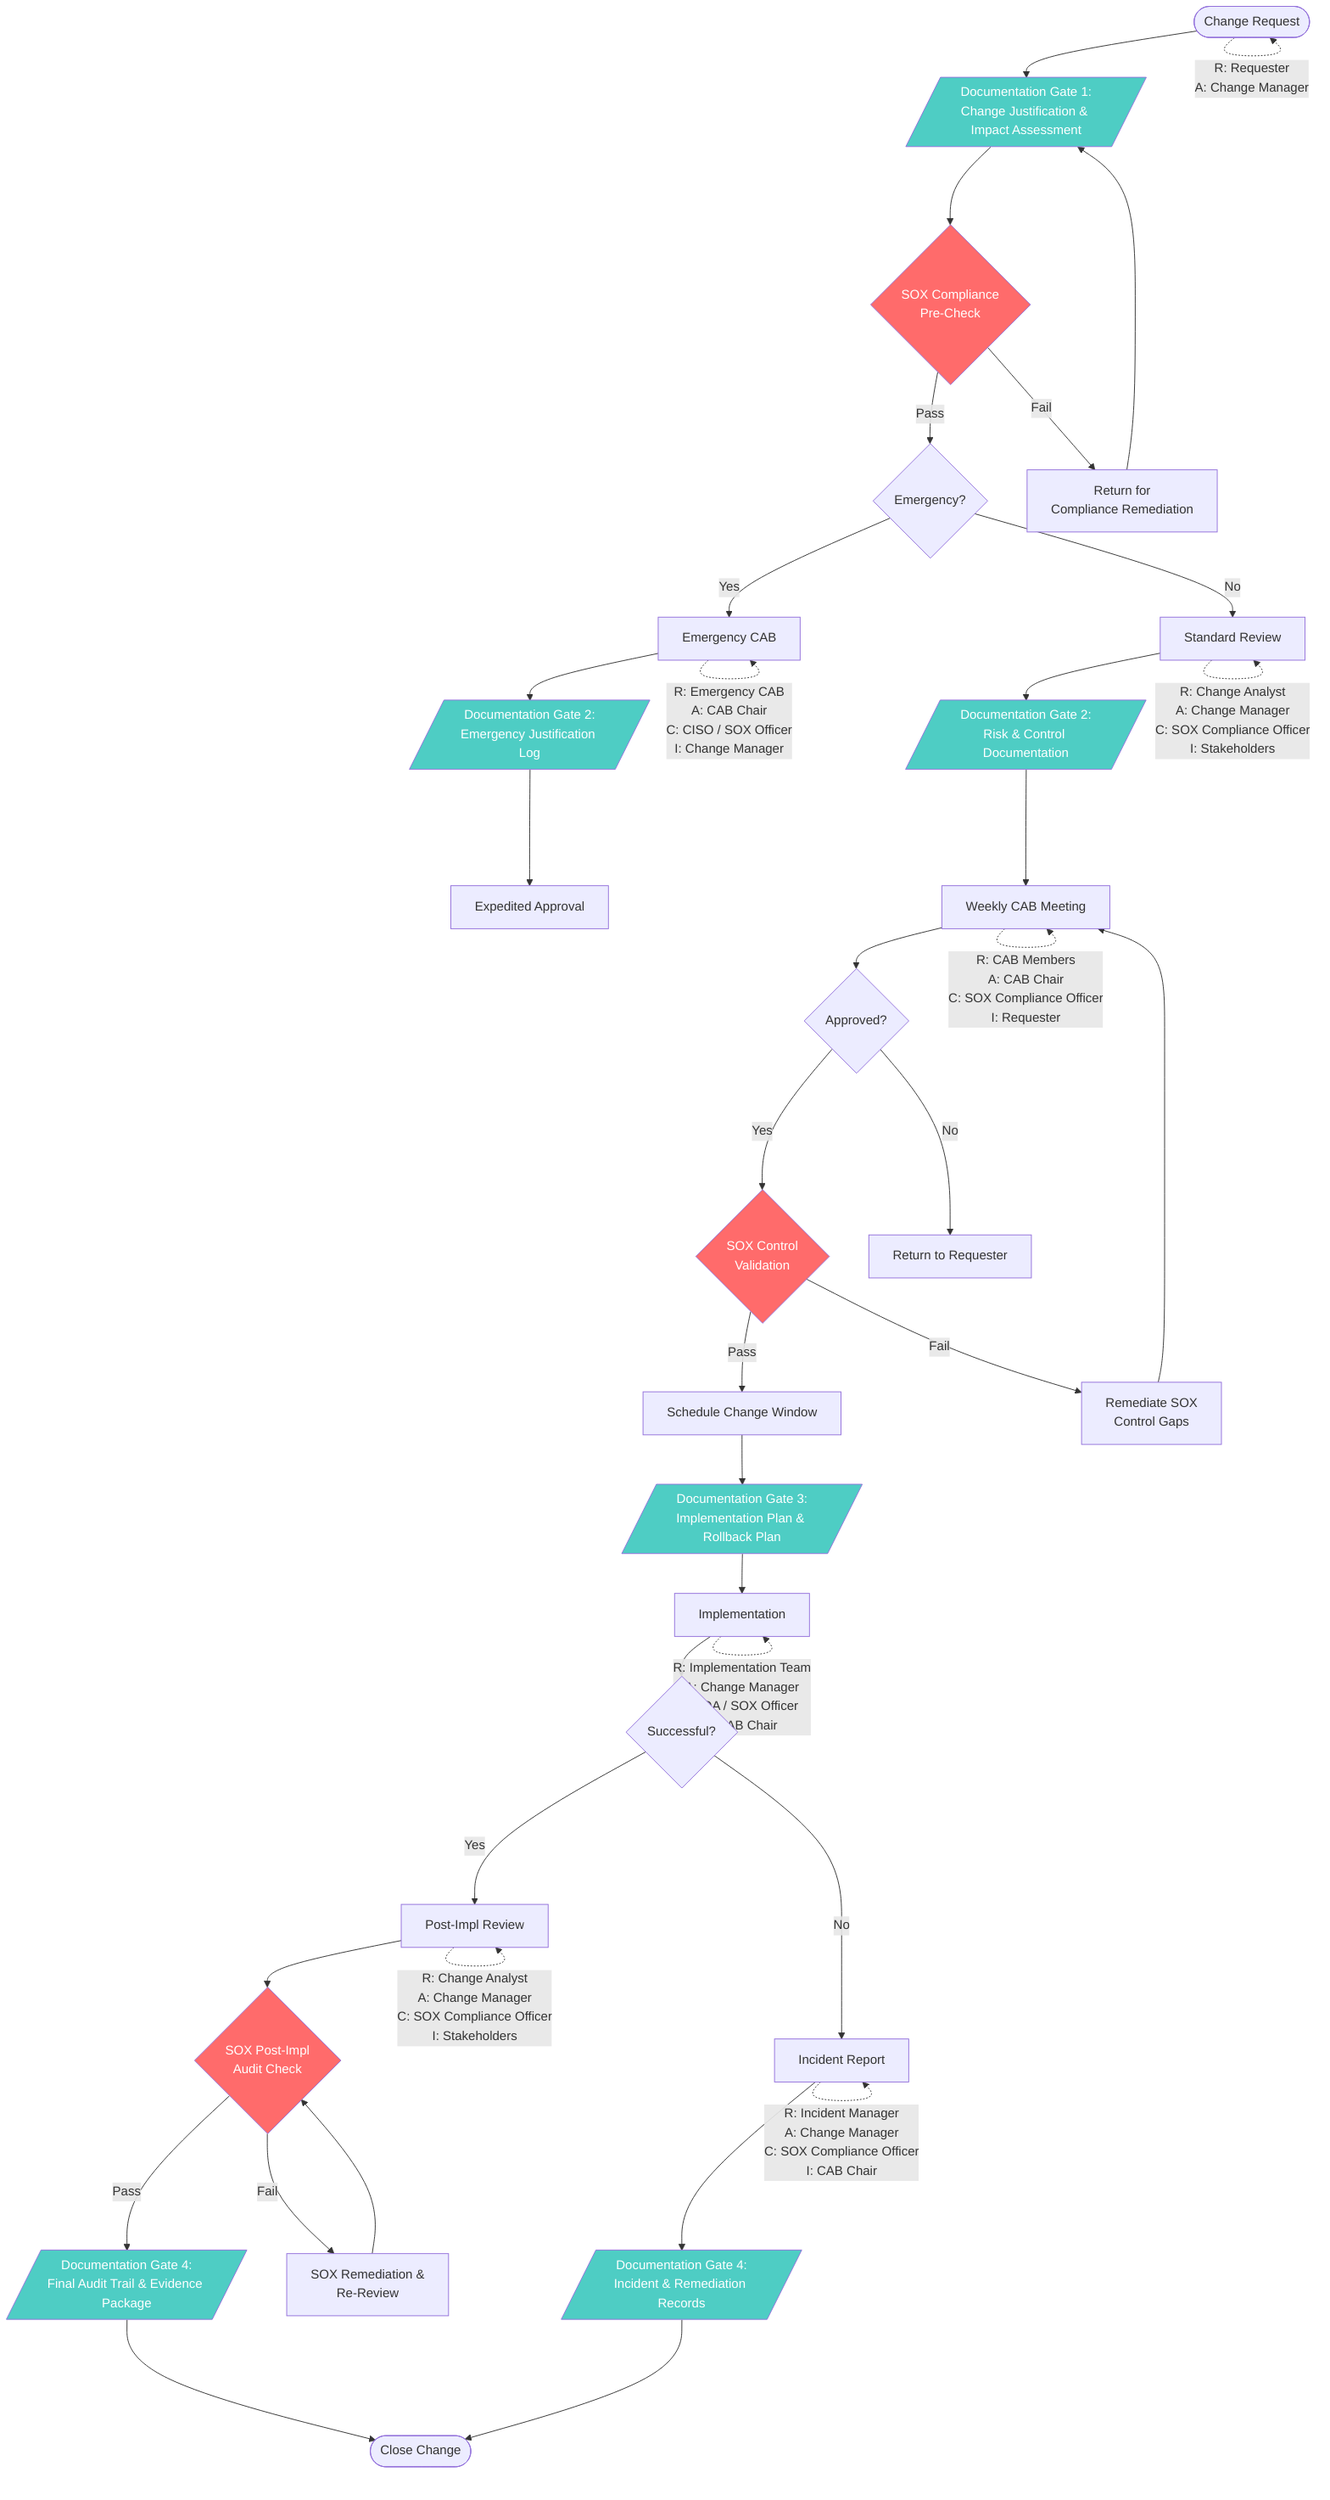
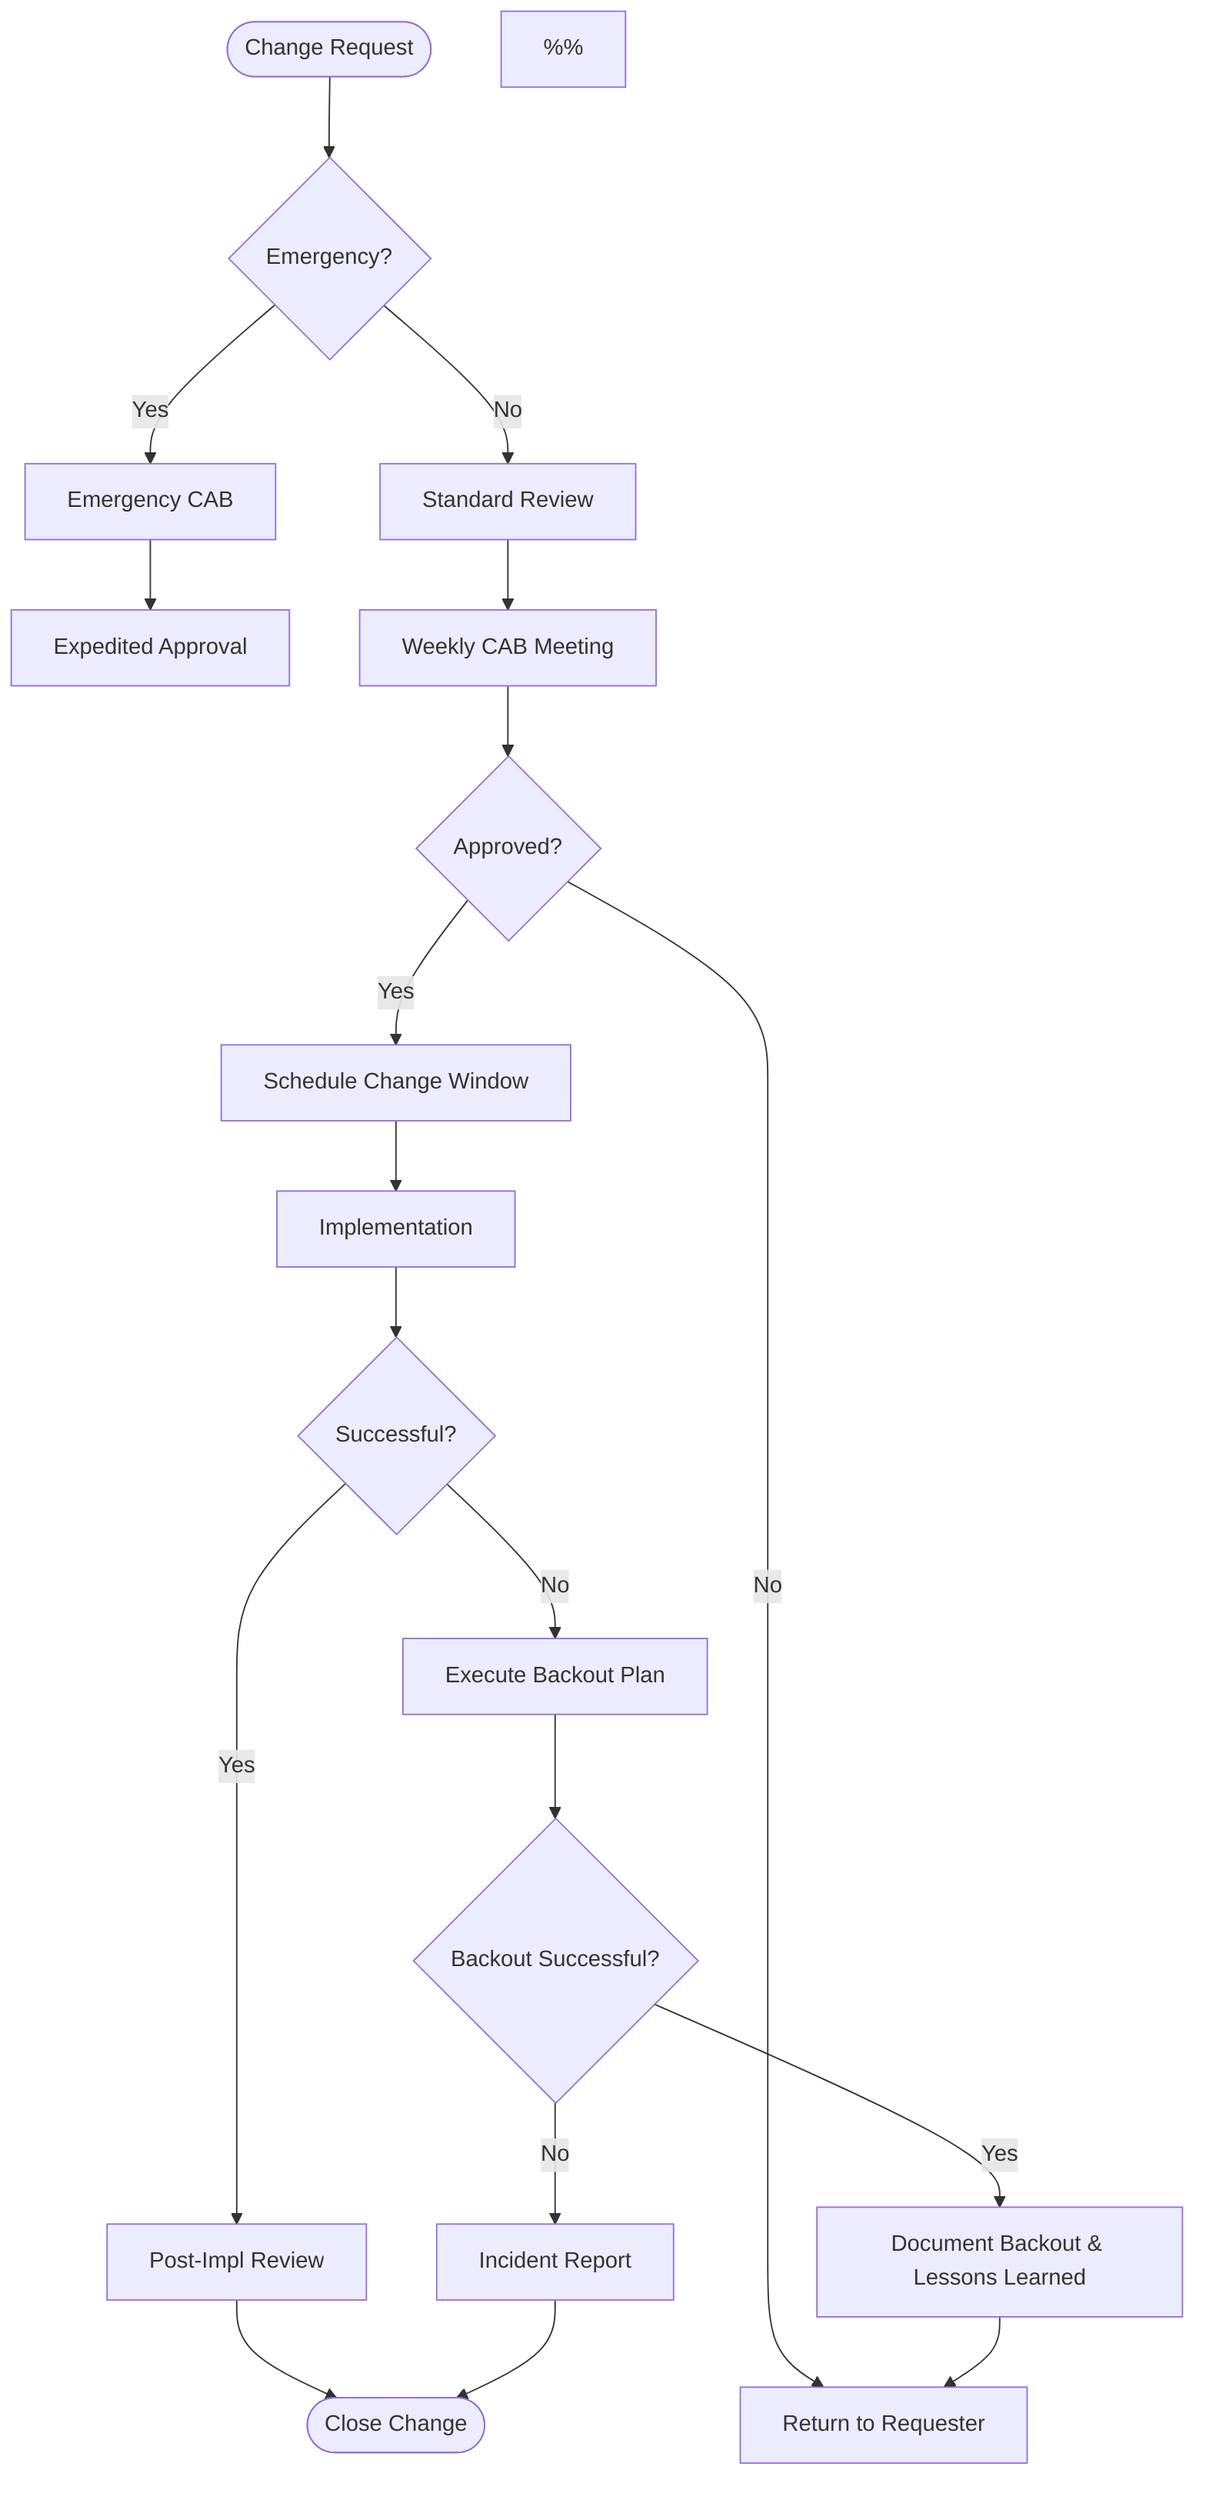
flowchart TD
-     A([Change Request]) --> A1[/Documentation Gate 1:\nChange Justification & Impact Assessment/]
-     %% ⚡ CHANGED SECTION - Added initial documentation gate
-     A1 --> A2{SOX Compliance\nPre-Check}
-     %% ⚡ CHANGED SECTION - Added SOX pre-check
-     A2 --> |Pass| B{Emergency?}
-     A2 --> |Fail| A3[Return for\nCompliance Remediation]
-     A3 --> A1
+     A([Change Request]) --> B{Emergency?}
    B --> |Yes| C[Emergency CAB]
    B --> |No| D[Standard Review]
-     C --> C1[/Documentation Gate 2:\nEmergency Justification Log/]
-     %% ⚡ CHANGED SECTION - Added emergency documentation gate
-     C1 --> E[Expedited Approval]
-     D --> D1[/Documentation Gate 2:\nRisk & Control Documentation/]
-     %% ⚡ CHANGED SECTION - Added standard documentation gate
-     D1 --> F[Weekly CAB Meeting]
+     C --> E[Expedited Approval]
+     D --> F[Weekly CAB Meeting]
    F --> G{Approved?}
-     G --> |Yes| G1{SOX Control\nValidation}
-     %% ⚡ CHANGED SECTION - Added SOX control validation after approval
-     G1 --> |Pass| H[Schedule Change Window]
-     G1 --> |Fail| G2[Remediate SOX\nControl Gaps]
-     G2 --> F
+     G --> |Yes| H[Schedule Change Window]
    G --> |No| I[Return to Requester]
-     H --> H1[/Documentation Gate 3:\nImplementation Plan & Rollback Plan/]
-     %% ⚡ CHANGED SECTION - Added implementation documentation gate
-     H1 --> J[Implementation]
+     H --> J[Implementation]
    J --> K{Successful?}
    K --> |Yes| L[Post-Impl Review]
-     K --> |No| M[Incident Report]
-     L --> L1{SOX Post-Impl\nAudit Check}
-     %% ⚡ CHANGED SECTION - Added SOX post-implementation audit
-     L1 --> |Pass| L2[/Documentation Gate 4:\nFinal Audit Trail & Evidence Package/]
-     L1 --> |Fail| L3[SOX Remediation &\nRe-Review]
-     L3 --> L1
-     %% ⚡ CHANGED SECTION - Added final documentation gate
-     L2 --> N([Close Change])
-     M --> M1[/Documentation Gate 4:\nIncident & Remediation Records/]
-     %% ⚡ CHANGED SECTION - Added incident documentation gate
-     M1 --> N
+     %% ⚡ CHANGED SECTION
+     K --> |No| M1[Execute Backout Plan]
+     M1 --> M2{Backout Successful?}
+     M2 --> |Yes| M3[Document Backout & Lessons Learned]
+     M2 --> |No| M[Incident Report]
+     M3 --> I
+     %% ⚡ END CHANGED SECTION
+     L --> N([Close Change])
+     M --> N

-     %% ⚡ CHANGED SECTION - RACI Role Labels
-     A -.-> |"R: Requester\nA: Change Manager"| A
-     D -.-> |"R: Change Analyst\nA: Change Manager\nC: SOX Compliance Officer\nI: Stakeholders"| D
-     F -.-> |"R: CAB Members\nA: CAB Chair\nC: SOX Compliance Officer\nI: Requester"| F
-     C -.-> |"R: Emergency CAB\nA: CAB Chair\nC: CISO / SOX Officer\nI: Change Manager"| C
-     J -.-> |"R: Implementation Team\nA: Change Manager\nC: QA / SOX Officer\nI: CAB Chair"| J
-     L -.-> |"R: Change Analyst\nA: Change Manager\nC: SOX Compliance Officer\nI: Stakeholders"| L
-     M -.-> |"R: Incident Manager\nA: Change Manager\nC: SOX Compliance Officer\nI: CAB Chair"| M
- 
-     %% Styling
-     style A2 fill:#FF6B6B,color:#fff
-     style G1 fill:#FF6B6B,color:#fff
-     style L1 fill:#FF6B6B,color:#fff
-     style A1 fill:#4ECDC4,color:#fff
-     style C1 fill:#4ECDC4,color:#fff
-     style D1 fill:#4ECDC4,color:#fff
-     style H1 fill:#4ECDC4,color:#fff
-     style L2 fill:#4ECDC4,color:#fff
-     style M1 fill:#4ECDC4,color:#fff+ %% ════════════════════════════════════════════════════════
+ %% CLAUDE'S CHANGE INTERPRETATION
+ %% ════════════════════════════════════════════════════════
+ %% OBJECTIVE: Ensure failed implementations are safely reversed using a structured backout plan before escalating to incident management, minimizing service disruption.
+ %%
+ %% EXPLANATION:
+ %% Replaced the direct path from implementation failure to Incident Report with a backout plan workflow: when implementation fails, an "Execute Backout Plan" step is triggered first, followed by a decision on whether the backout succeeded. If the backout is successful, the change is documented with lessons learned and returned to the requester for rework. If the backout itself fails, it escalates to an Incident Report as before.
+ %% ════════════════════════════════════════════════════════
